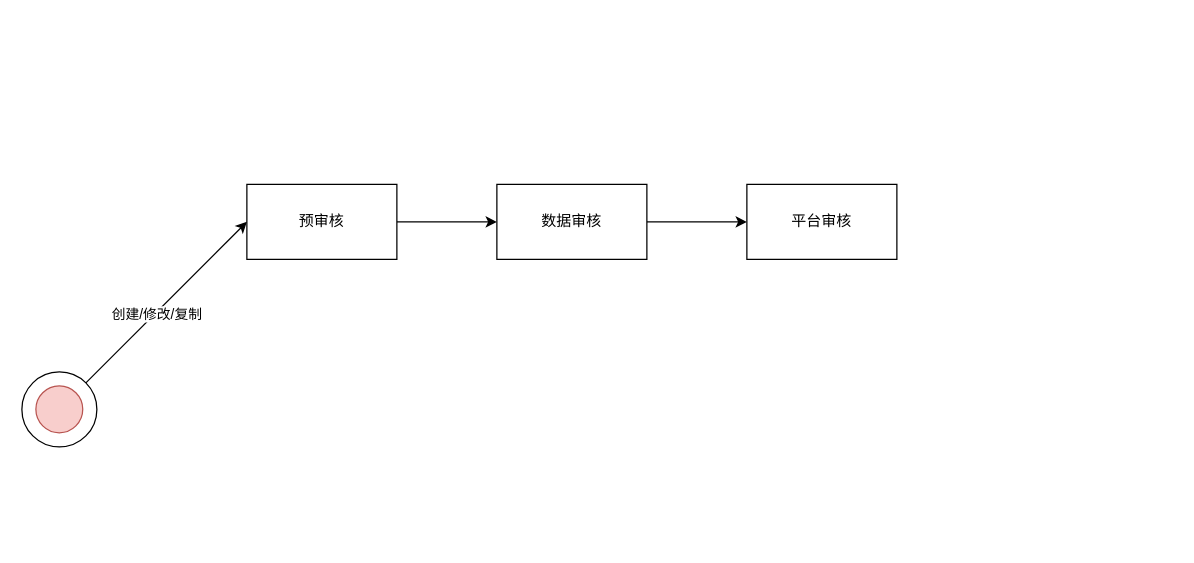
learn2Pro/draw_io_save keeps this draw.io diagram as audit_flow.drawio. Above is the earlier version. Source tidied: cells renumbered, new cells numbered last; positions are measured from the earlier drawing's top-left corner, leaving out a move shared by most shapes. Both pictures are drawn from the tidied source at 125%, with x=0, y=0 at pixel (21, 184).
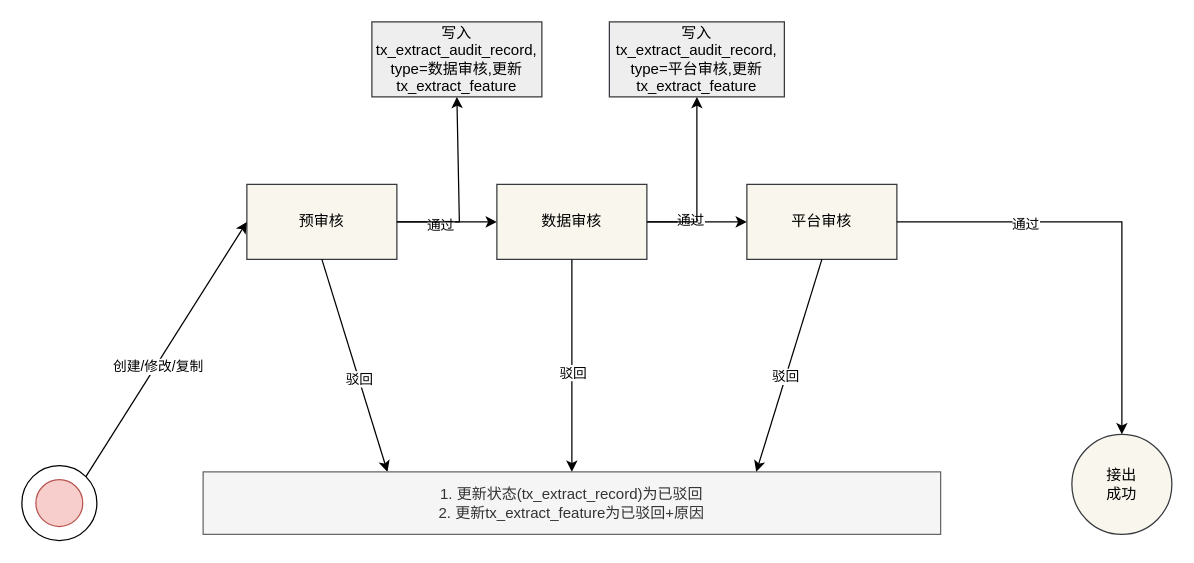
The same page after the edit.

The change refers to these unchanged cells:
```xml
<mxCell id="5" style="edgeStyle=orthogonalEdgeStyle;rounded=0;jettySize=auto;html=1;" parent="1" edge="1" source="6" target="10">
  <mxGeometry relative="1" as="geometry" />
</mxCell>
<mxCell id="9" style="edgeStyle=orthogonalEdgeStyle;rounded=0;jettySize=auto;html=1;" parent="1" edge="1" source="10" target="11">
  <mxGeometry relative="1" as="geometry" />
</mxCell>
```

The edit, as a diff of the source:
```diff
@@
     <mxCell id="2" style="group;" parent="1" vertex="1">
-      <mxGeometry y="150" width="60" height="60" as="geometry" />
+      <mxGeometry y="225" width="60" height="60" as="geometry" />
     </mxCell>
@@
+    <mxCell id="12" value="通过" style="edgeLabel;html=1;align=center;verticalAlign=middle;" parent="5" vertex="1">
+      <mxGeometry x="-0.15" y="-1" relative="1" as="geometry">
+        <mxPoint y="1" as="offset" />
+      </mxGeometry>
+    </mxCell>
-    <mxCell id="6" value="预审核" style="rounded=0;whiteSpace=wrap;html=1;" parent="1" vertex="1">
+    <mxCell id="6" value="预审核" style="rounded=0;whiteSpace=wrap;html=1;fillColor=#f9f7ed;strokeColor=#36393d;" parent="1" vertex="1">
       <mxGeometry x="180" width="120" height="60" as="geometry" />
     </mxCell>
@@
+    <mxCell id="13" value="通过" style="edgeLabel;html=1;align=center;verticalAlign=middle;" parent="9" vertex="1">
+      <mxGeometry x="-0.15" y="3" relative="1" as="geometry">
+        <mxPoint y="1" as="offset" />
+      </mxGeometry>
+    </mxCell>
-    <mxCell id="10" value="数据审核" style="rounded=0;whiteSpace=wrap;html=1;" parent="1" vertex="1">
+    <mxCell id="10" value="数据审核" style="rounded=0;whiteSpace=wrap;html=1;fillColor=#f9f7ed;strokeColor=#36393d;" parent="1" vertex="1">
       <mxGeometry x="380" width="120" height="60" as="geometry" />
     </mxCell>
-    <mxCell id="11" value="平台审核" style="rounded=0;whiteSpace=wrap;html=1;" parent="1" vertex="1">
+    <mxCell id="11" value="平台审核" style="rounded=0;whiteSpace=wrap;html=1;fillColor=#f9f7ed;strokeColor=#36393d;" parent="1" vertex="1">
       <mxGeometry x="580" width="120" height="60" as="geometry" />
     </mxCell>
+    <mxCell id="14" value="接出&lt;br&gt;成功" style="ellipse;whiteSpace=wrap;html=1;fillColor=#f9f7ed;strokeColor=#36393d;" parent="1" vertex="1">
+      <mxGeometry x="840" y="200" width="80" height="80" as="geometry" />
+    </mxCell>
+    <mxCell id="15" style="edgeStyle=orthogonalEdgeStyle;rounded=0;jettySize=auto;html=1;entryX=0.5;entryY=0;entryDx=0;entryDy=0;exitX=1;exitY=0.5;exitDx=0;exitDy=0;" parent="1" edge="1" source="11" target="14">
+      <mxGeometry relative="1" as="geometry" />
+    </mxCell>
+    <mxCell id="16" value="通过" style="edgeLabel;html=1;align=center;verticalAlign=middle;" parent="15" vertex="1">
+      <mxGeometry x="-0.42" relative="1" as="geometry">
+        <mxPoint y="1" as="offset" />
+      </mxGeometry>
+    </mxCell>
+    <mxCell id="17" style="endArrow=classic;html=1;rounded=0;exitX=0.5;exitY=1;exitDx=0;exitDy=0;entryX=0.25;entryY=0;entryDx=0;entryDy=0;" parent="1" edge="1" source="6" target="19">
+      <mxGeometry relative="1" as="geometry" />
+    </mxCell>
+    <mxCell id="18" value="驳回" style="edgeLabel;html=1;align=center;verticalAlign=middle;" parent="17" vertex="1">
+      <mxGeometry x="0.12" relative="1" as="geometry" />
+    </mxCell>
+    <mxCell id="19" value="1. 更新状态(tx_extract_record)为已驳回&lt;br&gt;2. 更新tx_extract_feature为已驳回+原因" style="rounded=0;whiteSpace=wrap;html=1;fillColor=#f5f5f5;fontColor=#333333;strokeColor=#666666;" parent="1" vertex="1">
+      <mxGeometry x="145" y="230" width="590" height="50" as="geometry" />
+    </mxCell>
+    <mxCell id="20" style="endArrow=classic;html=1;rounded=0;exitX=0.5;exitY=1;exitDx=0;exitDy=0;" parent="1" edge="1" source="10" target="19">
+      <mxGeometry relative="1" as="geometry" />
+    </mxCell>
+    <mxCell id="21" value="驳回" style="edgeLabel;html=1;align=center;verticalAlign=middle;" parent="20" vertex="1">
+      <mxGeometry x="0.06" relative="1" as="geometry" />
+    </mxCell>
+    <mxCell id="22" style="endArrow=classic;html=1;rounded=0;exitX=0.5;exitY=1;exitDx=0;exitDy=0;entryX=0.75;entryY=0;entryDx=0;entryDy=0;" parent="1" edge="1" source="11" target="19">
+      <mxGeometry relative="1" as="geometry" />
+    </mxCell>
+    <mxCell id="23" value="驳回" style="edgeLabel;html=1;align=center;verticalAlign=middle;" parent="22" vertex="1">
+      <mxGeometry x="0.1" y="-1" relative="1" as="geometry" />
+    </mxCell>
+    <mxCell id="24" value="写入tx_extract_audit_record, type=数据审核,更新tx_extract_feature" style="rounded=0;whiteSpace=wrap;html=1;fillColor=#eeeeee;strokeColor=#36393d;" parent="1" vertex="1">
+      <mxGeometry x="280" y="-130" width="136" height="60" as="geometry" />
+    </mxCell>
+    <mxCell id="25" style="endArrow=classic;html=1;rounded=0;exitX=1;exitY=0.5;exitDx=0;exitDy=0;entryX=0.5;entryY=1;entryDx=0;entryDy=0;" parent="1" edge="1" source="6" target="24">
+      <mxGeometry relative="1" as="geometry">
+        <Array as="points">
+          <mxPoint x="350" y="30" />
+        </Array>
+      </mxGeometry>
+    </mxCell>
+    <mxCell id="26" value="写入tx_extract_audit_record, type=平台审核,更新tx_extract_feature" style="rounded=0;whiteSpace=wrap;html=1;fillColor=#eeeeee;strokeColor=#36393d;" parent="1" vertex="1">
+      <mxGeometry x="470" y="-130" width="140" height="60" as="geometry" />
+    </mxCell>
+    <mxCell id="27" style="endArrow=classic;html=1;rounded=0;exitX=1;exitY=0.5;exitDx=0;exitDy=0;entryX=0.5;entryY=1;entryDx=0;entryDy=0;" parent="1" edge="1" source="10" target="26">
+      <mxGeometry relative="1" as="geometry">
+        <Array as="points">
+          <mxPoint x="540" y="30" />
+        </Array>
+      </mxGeometry>
+    </mxCell>
```
